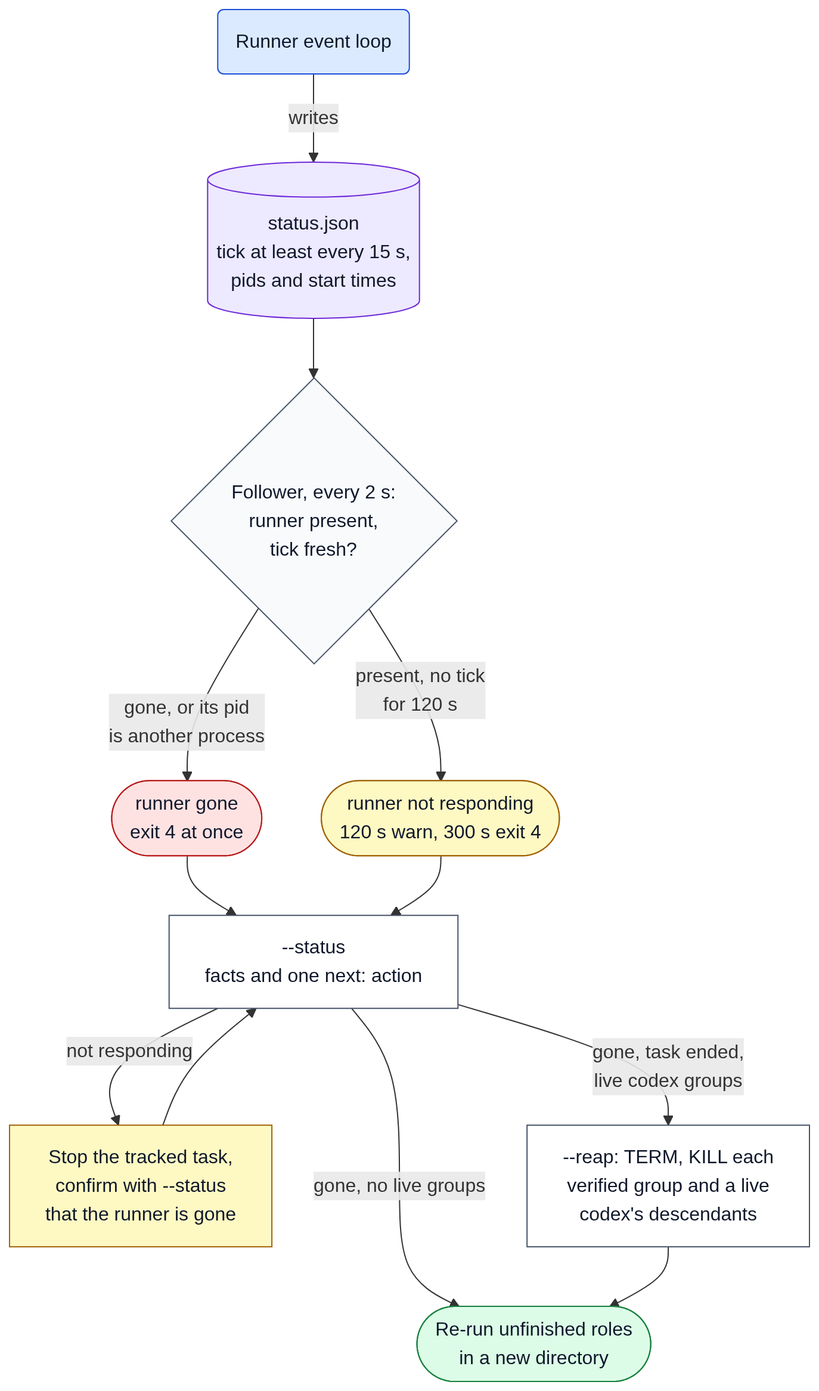
Before: docs/diagrams/d30-liveness.png, a diagram exported from Mermaid (ehzawad/codex-council). Its source is kept beside it as docs/diagrams/d30-liveness.mmd.
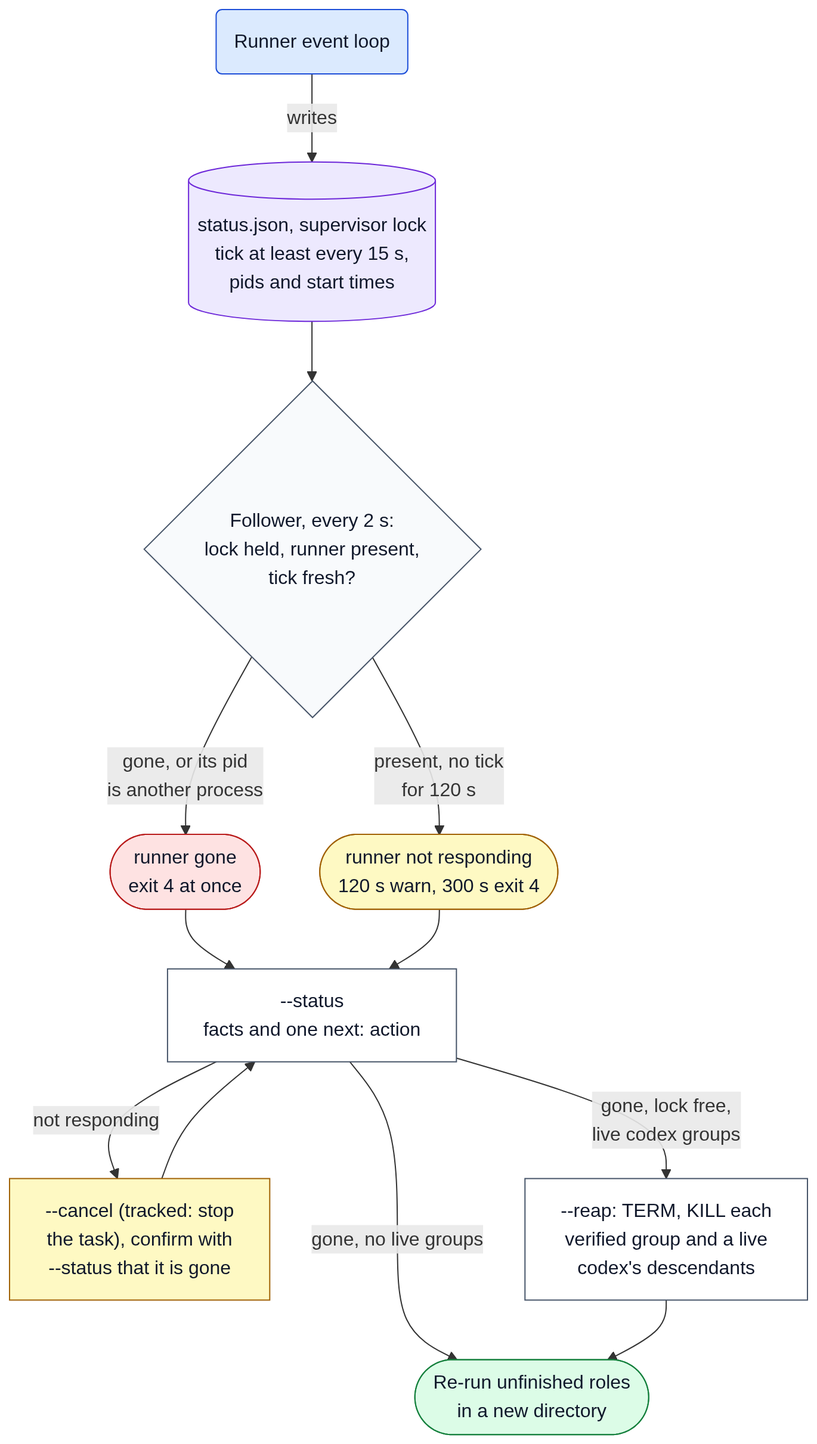
The same diagram one commit later.

Change to the diagram source:
```diff
@@ -1,11 +1,11 @@
 flowchart TD
     Runner("Runner event loop")
-    Status[("status.json<br/>tick at least every 15 s,<br/>pids and start times")]
-    Check{"Follower, every 2 s:<br/>runner present,<br/>tick fresh?"}
+    Status[("status.json, supervisor lock<br/>tick at least every 15 s,<br/>pids and start times")]
+    Check{"Follower, every 2 s:<br/>lock held, runner present,<br/>tick fresh?"}
     Gone(["runner gone<br/>exit 4 at once"])
     Stuck(["runner not responding<br/>120 s warn, 300 s exit 4"])
     StatusCmd["--status<br/>facts and one next: action"]
-    Stop["Stop the tracked task,<br/>confirm with --status<br/>that the runner is gone"]
+    Stop["--cancel (tracked: stop<br/>the task), confirm with<br/>--status that it is gone"]
     Reap["--reap: TERM, KILL each<br/>verified group and a live<br/>codex's descendants"]
     Rerun(["Re-run unfinished roles<br/>in a new directory"])
 
@@ -17,7 +17,7 @@
     Stuck --> StatusCmd
     StatusCmd -->|"not responding"| Stop
     Stop --> StatusCmd
-    StatusCmd -->|"gone, task ended,<br/>live codex groups"| Reap
+    StatusCmd -->|"gone, lock free,<br/>live codex groups"| Reap
     StatusCmd -->|"gone, no live groups"| Rerun
     Reap --> Rerun
 
```
